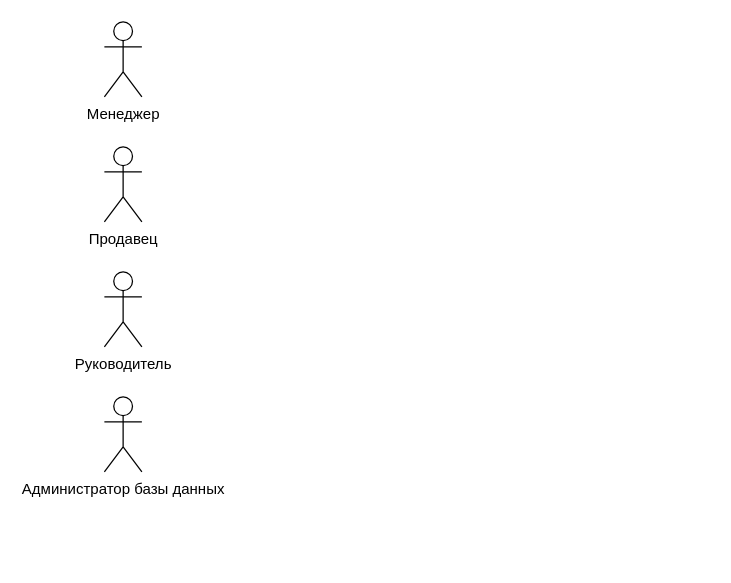
Above: page "Страница 2" (2 of 2) of База данных театра.drawio in MakarovIS/Data-base (draw.io), before the change. Source tidied: cells renumbered, new cells numbered last; positions are measured from the earlier drawing's top-left corner, leaving out a move shared by most shapes. Both pictures are drawn from the tidied source at 125%, with x=0, y=0 at pixel (104, 21).
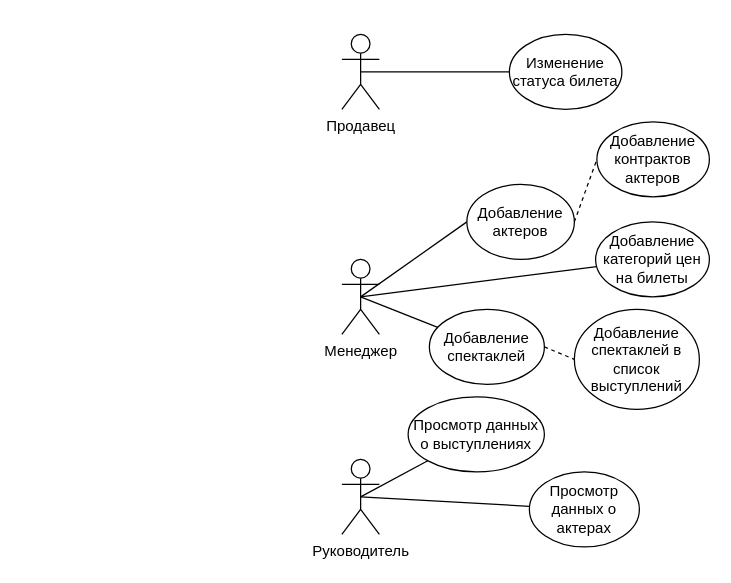
The same diagram, later.

Diff of the diagram source:
```diff
@@
     <mxCell id="2" value="Менеджер" style="shape=umlActor;verticalLabelPosition=bottom;verticalAlign=top;html=1;outlineConnect=0;" parent="1" vertex="1">
-      <mxGeometry width="30" height="60" as="geometry" />
+      <mxGeometry x="190" y="190" width="30" height="60" as="geometry" />
     </mxCell>
     <mxCell id="3" value="Продавец&lt;br&gt;" style="shape=umlActor;verticalLabelPosition=bottom;verticalAlign=top;html=1;outlineConnect=0;" parent="1" vertex="1">
-      <mxGeometry y="100" width="30" height="60" as="geometry" />
+      <mxGeometry x="190" y="10" width="30" height="60" as="geometry" />
     </mxCell>
     <mxCell id="4" value="Руководитель&lt;br&gt;" style="shape=umlActor;verticalLabelPosition=bottom;verticalAlign=top;html=1;outlineConnect=0;" parent="1" vertex="1">
-      <mxGeometry y="200" width="30" height="60" as="geometry" />
+      <mxGeometry x="190" y="350" width="30" height="60" as="geometry" />
     </mxCell>
-    <mxCell id="5" value="Администратор базы данных&lt;br&gt;" style="shape=umlActor;verticalLabelPosition=bottom;verticalAlign=top;html=1;" parent="1" vertex="1">
-      <mxGeometry y="300" width="30" height="60" as="geometry" />
-    </mxCell>
+    <mxCell id="6" style="endArrow=none;html=1;rounded=0;exitX=0.5;exitY=0.5;exitDx=0;exitDy=0;exitPerimeter=0;" parent="1" edge="1" source="3" target="7">
+      <mxGeometry relative="1" as="geometry" />
+    </mxCell>
+    <mxCell id="7" value="Изменение статуса билета" style="ellipse;whiteSpace=wrap;html=1;" parent="1" vertex="1">
+      <mxGeometry x="324" y="10" width="90" height="60" as="geometry" />
+    </mxCell>
+    <mxCell id="8" style="endArrow=none;html=1;rounded=0;exitX=0.5;exitY=0.5;exitDx=0;exitDy=0;exitPerimeter=0;entryX=0;entryY=0.5;entryDx=0;entryDy=0;" parent="1" edge="1" source="2" target="9">
+      <mxGeometry relative="1" as="geometry" />
+    </mxCell>
+    <mxCell id="9" value="Добавление актеров" style="ellipse;whiteSpace=wrap;html=1;" parent="1" vertex="1">
+      <mxGeometry x="290" y="130" width="86" height="60" as="geometry" />
+    </mxCell>
+    <mxCell id="10" style="endArrow=none;dashed=1;html=1;rounded=0;exitX=1;exitY=0.5;exitDx=0;exitDy=0;entryX=0;entryY=0.5;entryDx=0;entryDy=0;" parent="1" edge="1" source="9" target="11">
+      <mxGeometry relative="1" as="geometry" />
+    </mxCell>
+    <mxCell id="11" value="Добавление контрактов актеров" style="ellipse;whiteSpace=wrap;html=1;" parent="1" vertex="1">
+      <mxGeometry x="394" y="80" width="90" height="60" as="geometry" />
+    </mxCell>
+    <mxCell id="12" style="endArrow=none;html=1;rounded=0;exitX=0.5;exitY=0.5;exitDx=0;exitDy=0;exitPerimeter=0;" parent="1" edge="1" source="2" target="13">
+      <mxGeometry relative="1" as="geometry" />
+    </mxCell>
+    <mxCell id="13" value="Добавление категорий цен на билеты" style="ellipse;whiteSpace=wrap;html=1;" parent="1" vertex="1">
+      <mxGeometry x="393" y="160" width="91" height="60" as="geometry" />
+    </mxCell>
+    <mxCell id="14" style="endArrow=none;html=1;rounded=0;exitX=0.5;exitY=0.5;exitDx=0;exitDy=0;exitPerimeter=0;" parent="1" edge="1" source="2" target="15">
+      <mxGeometry relative="1" as="geometry" />
+    </mxCell>
+    <mxCell id="15" value="Добавление спектаклей" style="ellipse;whiteSpace=wrap;html=1;" parent="1" vertex="1">
+      <mxGeometry x="260" y="230" width="92" height="60" as="geometry" />
+    </mxCell>
+    <mxCell id="16" value="Добавление спектаклей в список выступлений" style="ellipse;whiteSpace=wrap;html=1;" parent="1" vertex="1">
+      <mxGeometry x="376" y="230" width="100" height="80" as="geometry" />
+    </mxCell>
+    <mxCell id="17" style="endArrow=none;dashed=1;html=1;rounded=0;exitX=1;exitY=0.5;exitDx=0;exitDy=0;entryX=0;entryY=0.5;entryDx=0;entryDy=0;" parent="1" edge="1" source="15" target="16">
+      <mxGeometry relative="1" as="geometry" />
+    </mxCell>
+    <mxCell id="18" style="endArrow=none;html=1;rounded=0;exitX=0.5;exitY=0.5;exitDx=0;exitDy=0;exitPerimeter=0;" parent="1" edge="1" source="4" target="19">
+      <mxGeometry relative="1" as="geometry" />
+    </mxCell>
+    <mxCell id="19" value="Просмотр данных о выступлениях" style="ellipse;whiteSpace=wrap;html=1;" parent="1" vertex="1">
+      <mxGeometry x="243" y="300" width="109" height="60" as="geometry" />
+    </mxCell>
+    <mxCell id="20" style="endArrow=none;html=1;rounded=0;exitX=0.5;exitY=0.5;exitDx=0;exitDy=0;exitPerimeter=0;" parent="1" edge="1" source="4" target="21">
+      <mxGeometry relative="1" as="geometry" />
+    </mxCell>
+    <mxCell id="21" value="Просмотр данных о актерах" style="ellipse;whiteSpace=wrap;html=1;" parent="1" vertex="1">
+      <mxGeometry x="340" y="360" width="88" height="60" as="geometry" />
+    </mxCell>
```
